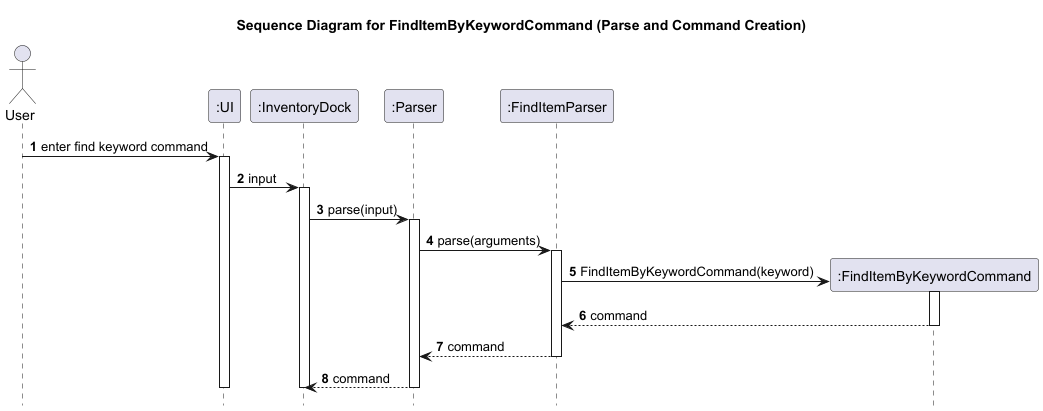
The PlantUML diagram docs/diagrams/sequence/FindItemByKeywordCommandParseFlow.png in KOIiiii07/tp, before a commit. Its diagram source:
```plantuml
@startuml
title Sequence Diagram for FindItemByKeywordCommand (Parse and Command Creation)

autonumber
hide footbox

actor User
participant ":UI" as UI
participant ":InventoryDock" as InventoryDock
participant ":Parser" as Parser
participant ":FindItemParser" as FindItemParser
participant ":FindItemByKeywordCommand" as FindItemByKeywordCommand

User -> UI: enter find keyword command
activate UI
UI -> InventoryDock: input
activate InventoryDock
InventoryDock -> Parser: parse(input)
activate Parser
Parser -> FindItemParser: parse(arguments)
activate FindItemParser
create FindItemByKeywordCommand
FindItemParser -> FindItemByKeywordCommand: FindItemByKeywordCommand(keyword)
activate FindItemByKeywordCommand
FindItemByKeywordCommand --> FindItemParser: command
deactivate FindItemByKeywordCommand
FindItemParser --> Parser: command
deactivate FindItemParser
Parser --> InventoryDock: command
deactivate Parser
deactivate InventoryDock
deactivate UI
@enduml
```
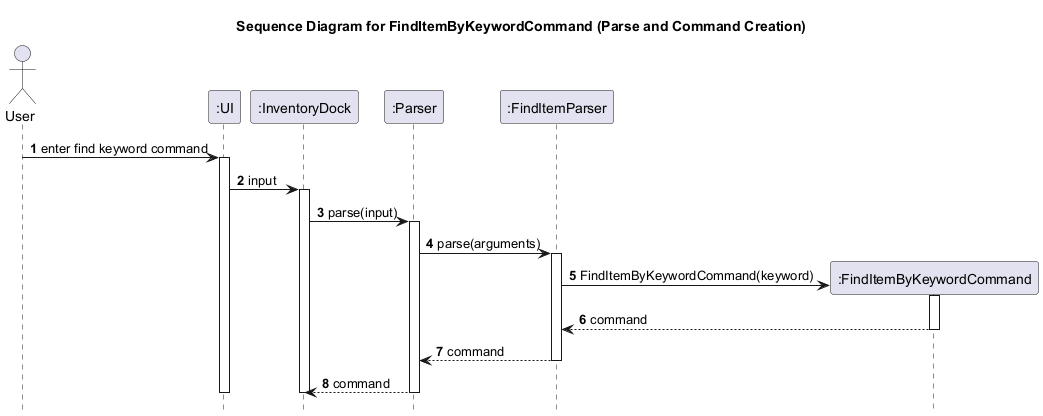
The same file after the commit.

Change to the diagram source:
```diff
@@ -9,7 +9,6 @@
 participant ":InventoryDock" as InventoryDock
 participant ":Parser" as Parser
 participant ":FindItemParser" as FindItemParser
-participant ":FindItemByKeywordCommand" as FindItemByKeywordCommand
 
 User -> UI: enter find keyword command
 activate UI
@@ -19,7 +18,7 @@
 activate Parser
 Parser -> FindItemParser: parse(arguments)
 activate FindItemParser
-create FindItemByKeywordCommand
+create ":FindItemByKeywordCommand" as FindItemByKeywordCommand
 FindItemParser -> FindItemByKeywordCommand: FindItemByKeywordCommand(keyword)
 activate FindItemByKeywordCommand
 FindItemByKeywordCommand --> FindItemParser: command
```
